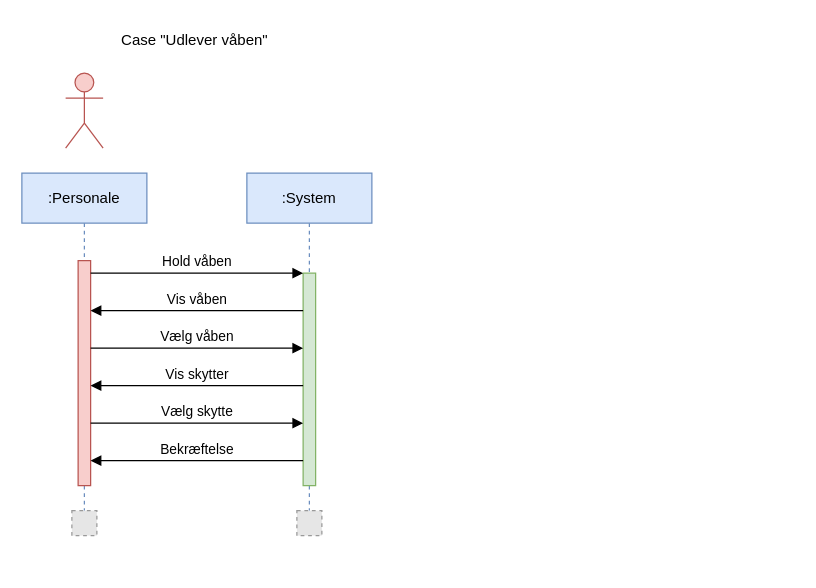
The draw.io diagram Sequence Diagram.drawio in BjornGrylls/Svendeprove-OOAD, before the edit. Source tidied: cells renumbered, new cells numbered last; positions are measured from the earlier drawing's top-left corner, leaving out a move shared by most shapes. Both pictures are drawn from the tidied source at 125%, with x=0, y=0 at pixel (21, 21). Pictures stored in the file or linked from it are replaced by grey dashed boxes.
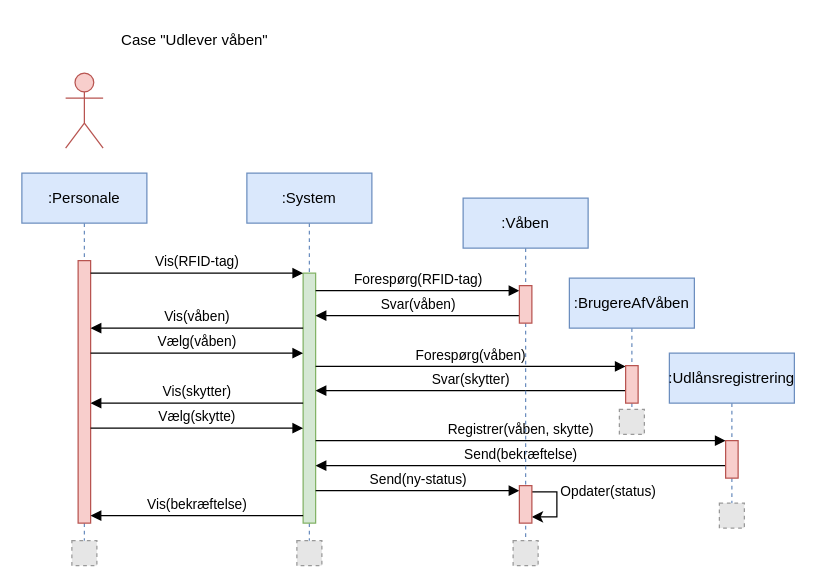
After the change.

What changed in the source:
```diff
@@
     <mxCell id="2" value=":Personale" style="shape=umlLifeline;perimeter=lifelinePerimeter;whiteSpace=wrap;html=1;newEdgeStyle={&quot;edgeStyle&quot;:&quot;elbowEdgeStyle&quot;,&quot;elbow&quot;:&quot;vertical&quot;,&quot;curved&quot;:0,&quot;rounded&quot;:0};fillColor=#dae8fc;strokeColor=#6c8ebf;" parent="1" vertex="1">
-      <mxGeometry y="121" width="100" height="270" as="geometry" />
+      <mxGeometry y="121" width="100" height="304" as="geometry" />
     </mxCell>
     <mxCell id="3" style="html=1;points=[];perimeter=orthogonalPerimeter;outlineConnect=0;targetShapes=umlLifeline;portConstraint=eastwest;newEdgeStyle={&quot;edgeStyle&quot;:&quot;elbowEdgeStyle&quot;,&quot;elbow&quot;:&quot;vertical&quot;,&quot;curved&quot;:0,&quot;rounded&quot;:0};fillColor=#f8cecc;strokeColor=#b85450;" parent="2" vertex="1">
-      <mxGeometry x="45" y="70" width="10" height="180" as="geometry" />
+      <mxGeometry x="45" y="70" width="10" height="210" as="geometry" />
     </mxCell>
     <mxCell id="4" value=":System" style="shape=umlLifeline;perimeter=lifelinePerimeter;whiteSpace=wrap;html=1;newEdgeStyle={&quot;edgeStyle&quot;:&quot;elbowEdgeStyle&quot;,&quot;elbow&quot;:&quot;vertical&quot;,&quot;curved&quot;:0,&quot;rounded&quot;:0};fillColor=#dae8fc;strokeColor=#6c8ebf;" parent="1" vertex="1">
-      <mxGeometry x="180" y="121" width="100" height="270" as="geometry" />
+      <mxGeometry x="180" y="121" width="100" height="304" as="geometry" />
     </mxCell>
     <mxCell id="5" style="html=1;points=[];perimeter=orthogonalPerimeter;outlineConnect=0;targetShapes=umlLifeline;portConstraint=eastwest;newEdgeStyle={&quot;edgeStyle&quot;:&quot;elbowEdgeStyle&quot;,&quot;elbow&quot;:&quot;vertical&quot;,&quot;curved&quot;:0,&quot;rounded&quot;:0};fillColor=#d5e8d4;strokeColor=#82b366;" parent="4" vertex="1">
-      <mxGeometry x="45" y="80" width="10" height="170" as="geometry" />
+      <mxGeometry x="45" y="80" width="10" height="200" as="geometry" />
     </mxCell>
-    <mxCell id="6" value="Hold våben" style="html=1;verticalAlign=bottom;endArrow=block;edgeStyle=elbowEdgeStyle;elbow=vertical;curved=0;rounded=0;" parent="1" edge="1" source="3" target="5">
+    <mxCell id="6" value="Vis(RFID-tag)" style="html=1;verticalAlign=bottom;endArrow=block;edgeStyle=elbowEdgeStyle;elbow=vertical;curved=0;rounded=0;" parent="1" edge="1" source="3" target="5">
       <mxGeometry relative="1" as="geometry">
         <Array as="points">
           <mxPoint x="140" y="201" />
         </Array>
       </mxGeometry>
     </mxCell>
-    <mxCell id="7" value="Vis våben" style="html=1;verticalAlign=bottom;endArrow=block;edgeStyle=elbowEdgeStyle;elbow=vertical;curved=0;rounded=0;" parent="1" edge="1" source="5" target="3">
+    <mxCell id="7" value="Vis(våben)" style="html=1;verticalAlign=bottom;endArrow=block;edgeStyle=elbowEdgeStyle;elbow=vertical;curved=0;rounded=0;" parent="1" edge="1" source="5" target="3">
       <mxGeometry relative="1" as="geometry">
         <Array as="points">
+          <mxPoint x="188" y="245" />
           <mxPoint x="80" y="231" />
           <mxPoint x="150" y="241" />
         </Array>
       </mxGeometry>
     </mxCell>
@@
     <mxCell id="9" style="fillColor=#E6E6E6;strokeColor=#999999;dashed=1;html=1;verticalAlign=top;verticalLabelPosition=bottom;labelBackgroundColor=#ffffff;" parent="1" vertex="1">
-      <mxGeometry x="40" y="391" width="20" height="20" as="geometry" />
+      <mxGeometry x="40" y="415" width="20" height="20" as="geometry" />
     </mxCell>
     <mxCell id="10" style="fillColor=#E6E6E6;strokeColor=#999999;dashed=1;html=1;verticalAlign=top;verticalLabelPosition=bottom;labelBackgroundColor=#ffffff;" parent="1" vertex="1">
-      <mxGeometry x="220" y="391" width="20" height="20" as="geometry" />
+      <mxGeometry x="220" y="415" width="20" height="20" as="geometry" />
     </mxCell>
-    <mxCell id="11" value="Vælg våben" style="html=1;verticalAlign=bottom;endArrow=block;edgeStyle=elbowEdgeStyle;elbow=vertical;curved=0;rounded=0;" parent="1" edge="1" source="3" target="5">
+    <mxCell id="11" value="Vælg(våben)" style="html=1;verticalAlign=bottom;endArrow=block;edgeStyle=elbowEdgeStyle;elbow=vertical;curved=0;rounded=0;" parent="1" edge="1" source="3" target="5">
       <mxGeometry relative="1" as="geometry">
         <Array as="points">
+          <mxPoint x="188" y="265" />
           <mxPoint x="145" y="261" />
         </Array>
       </mxGeometry>
     </mxCell>
-    <mxCell id="12" value="Vis skytter" style="html=1;verticalAlign=bottom;endArrow=block;edgeStyle=elbowEdgeStyle;elbow=vertical;curved=0;rounded=0;" parent="1" edge="1" source="5" target="3">
+    <mxCell id="12" value="Vis(skytter)" style="html=1;verticalAlign=bottom;endArrow=block;edgeStyle=elbowEdgeStyle;elbow=vertical;curved=0;rounded=0;" parent="1" edge="1" source="5" target="3">
       <mxGeometry relative="1" as="geometry">
         <Array as="points">
+          <mxPoint x="178" y="305" />
           <mxPoint x="75" y="291" />
           <mxPoint x="145" y="301" />
         </Array>
       </mxGeometry>
     </mxCell>
-    <mxCell id="13" value="Vælg skytte" style="html=1;verticalAlign=bottom;endArrow=block;edgeStyle=elbowEdgeStyle;elbow=vertical;curved=0;rounded=0;" parent="1" edge="1" source="3" target="5">
+    <mxCell id="13" value="Vælg(skytte)" style="html=1;verticalAlign=bottom;endArrow=block;edgeStyle=elbowEdgeStyle;elbow=vertical;curved=0;rounded=0;" parent="1" edge="1" source="3" target="5">
       <mxGeometry relative="1" as="geometry">
         <Array as="points">
+          <mxPoint x="188" y="325" />
+          <mxPoint x="168" y="335" />
+          <mxPoint x="148" y="325" />
+          <mxPoint x="188" y="325" />
           <mxPoint x="150" y="321" />
         </Array>
       </mxGeometry>
     </mxCell>
-    <mxCell id="14" value="Bekræftelse" style="html=1;verticalAlign=bottom;endArrow=block;edgeStyle=elbowEdgeStyle;elbow=vertical;curved=0;rounded=0;" parent="1" edge="1" source="5" target="3">
+    <mxCell id="14" value="Vis(bekræftelse)" style="html=1;verticalAlign=bottom;endArrow=block;edgeStyle=elbowEdgeStyle;elbow=vertical;curved=0;rounded=0;" parent="1" edge="1" source="5" target="3">
       <mxGeometry relative="1" as="geometry">
         <Array as="points">
+          <mxPoint x="158" y="395" />
+          <mxPoint x="188" y="365" />
           <mxPoint x="85" y="351" />
           <mxPoint x="155" y="361" />
         </Array>
       </mxGeometry>
     </mxCell>
@@
+    <mxCell id="16" value="Forespørg(RFID-tag)" style="html=1;verticalAlign=bottom;endArrow=block;edgeStyle=elbowEdgeStyle;elbow=vertical;curved=0;rounded=0;" parent="1" edge="1" source="5" target="25">
+      <mxGeometry relative="1" as="geometry">
+        <Array as="points">
+          <mxPoint x="325" y="215" />
+        </Array>
+      </mxGeometry>
+    </mxCell>
+    <mxCell id="17" value="Svar(våben)" style="html=1;verticalAlign=bottom;endArrow=none;edgeStyle=elbowEdgeStyle;elbow=vertical;curved=0;rounded=0;startArrow=block;startFill=1;endFill=0;" parent="1" edge="1" source="5" target="25">
+      <mxGeometry relative="1" as="geometry">
+        <Array as="points">
+          <mxPoint x="348" y="235" />
+        </Array>
+      </mxGeometry>
+    </mxCell>
+    <mxCell id="18" value="Forespørg(våben)" style="html=1;verticalAlign=bottom;endArrow=block;edgeStyle=elbowEdgeStyle;elbow=vertical;curved=0;rounded=0;" parent="1" edge="1" source="5" target="34">
+      <mxGeometry relative="1" as="geometry">
+        <Array as="points">
+          <mxPoint x="312" y="275.6" />
+        </Array>
+      </mxGeometry>
+    </mxCell>
+    <mxCell id="19" value="Svar(skytter)" style="html=1;verticalAlign=bottom;endArrow=none;edgeStyle=elbowEdgeStyle;elbow=vertical;curved=0;rounded=0;startArrow=block;startFill=1;endFill=0;" parent="1" edge="1" source="5" target="34">
+      <mxGeometry relative="1" as="geometry">
+        <Array as="points">
+          <mxPoint x="393" y="295" />
+        </Array>
+      </mxGeometry>
+    </mxCell>
+    <mxCell id="20" value="Registrer(våben, skytte)" style="html=1;verticalAlign=bottom;endArrow=block;edgeStyle=elbowEdgeStyle;elbow=vertical;curved=0;rounded=0;" parent="1" edge="1" source="5" target="31">
+      <mxGeometry relative="1" as="geometry">
+        <Array as="points">
+          <mxPoint x="358" y="335" />
+          <mxPoint x="441" y="346.6" />
+          <mxPoint x="421" y="356.6" />
+          <mxPoint x="401" y="346.6" />
+          <mxPoint x="441" y="346.6" />
+          <mxPoint x="403" y="342.6" />
+        </Array>
+      </mxGeometry>
+    </mxCell>
+    <mxCell id="21" value="Send(ny-status)" style="html=1;verticalAlign=bottom;endArrow=block;edgeStyle=elbowEdgeStyle;elbow=vertical;curved=0;rounded=0;" parent="1" edge="1" source="5" target="28">
+      <mxGeometry relative="1" as="geometry">
+        <Array as="points">
+          <mxPoint x="298" y="375" />
+          <mxPoint x="330" y="355" />
+        </Array>
+      </mxGeometry>
+    </mxCell>
+    <mxCell id="22" value="Send(bekræftelse)" style="html=1;verticalAlign=bottom;endArrow=none;edgeStyle=elbowEdgeStyle;elbow=vertical;curved=0;rounded=0;startArrow=block;startFill=1;endFill=0;" parent="1" edge="1" source="5" target="31">
+      <mxGeometry relative="1" as="geometry">
+        <Array as="points">
+          <mxPoint x="466" y="355" />
+        </Array>
+      </mxGeometry>
+    </mxCell>
+    <mxCell id="23" style="group;" parent="1" vertex="1">
+      <mxGeometry x="353" y="141" width="100" height="294" as="geometry" />
+    </mxCell>
+    <mxCell id="24" value=":Våben" style="shape=umlLifeline;perimeter=lifelinePerimeter;whiteSpace=wrap;html=1;newEdgeStyle={&quot;edgeStyle&quot;:&quot;elbowEdgeStyle&quot;,&quot;elbow&quot;:&quot;vertical&quot;,&quot;curved&quot;:0,&quot;rounded&quot;:0};fillColor=#dae8fc;strokeColor=#6c8ebf;" parent="23" vertex="1">
+      <mxGeometry width="100" height="284" as="geometry" />
+    </mxCell>
+    <mxCell id="25" style="html=1;points=[];perimeter=orthogonalPerimeter;outlineConnect=0;targetShapes=umlLifeline;portConstraint=eastwest;newEdgeStyle={&quot;edgeStyle&quot;:&quot;elbowEdgeStyle&quot;,&quot;elbow&quot;:&quot;vertical&quot;,&quot;curved&quot;:0,&quot;rounded&quot;:0};fillColor=#f8cecc;strokeColor=#b85450;" parent="24" vertex="1">
+      <mxGeometry x="45" y="70" width="10" height="30" as="geometry" />
+    </mxCell>
+    <mxCell id="26" style="edgeStyle=elbowEdgeStyle;rounded=0;orthogonalLoop=1;jettySize=auto;html=1;elbow=vertical;curved=0;" parent="24" edge="1" source="28" target="28">
+      <mxGeometry relative="1" as="geometry">
+        <Array as="points">
+          <mxPoint x="75" y="244" />
+        </Array>
+      </mxGeometry>
+    </mxCell>
+    <mxCell id="27" value="Opdater(status)" style="edgeLabel;html=1;align=center;verticalAlign=middle;" parent="26" vertex="1">
+      <mxGeometry x="0.04" y="1" relative="1" as="geometry">
+        <mxPoint x="39" y="-12" as="offset" />
+      </mxGeometry>
+    </mxCell>
+    <mxCell id="28" style="html=1;points=[];perimeter=orthogonalPerimeter;outlineConnect=0;targetShapes=umlLifeline;portConstraint=eastwest;newEdgeStyle={&quot;edgeStyle&quot;:&quot;elbowEdgeStyle&quot;,&quot;elbow&quot;:&quot;vertical&quot;,&quot;curved&quot;:0,&quot;rounded&quot;:0};fillColor=#f8cecc;strokeColor=#b85450;" parent="24" vertex="1">
+      <mxGeometry x="45" y="230" width="10" height="30" as="geometry" />
+    </mxCell>
+    <mxCell id="29" style="fillColor=#E6E6E6;strokeColor=#999999;dashed=1;html=1;verticalAlign=top;verticalLabelPosition=bottom;labelBackgroundColor=#ffffff;" parent="23" vertex="1">
+      <mxGeometry x="40" y="274" width="20" height="20" as="geometry" />
+    </mxCell>
+    <mxCell id="30" value=":Udlånsregistrering" style="shape=umlLifeline;perimeter=lifelinePerimeter;whiteSpace=wrap;html=1;newEdgeStyle={&quot;edgeStyle&quot;:&quot;elbowEdgeStyle&quot;,&quot;elbow&quot;:&quot;vertical&quot;,&quot;curved&quot;:0,&quot;rounded&quot;:0};fillColor=#dae8fc;strokeColor=#6c8ebf;" parent="1" vertex="1">
+      <mxGeometry x="518" y="265" width="100" height="130" as="geometry" />
+    </mxCell>
+    <mxCell id="31" style="html=1;points=[];perimeter=orthogonalPerimeter;outlineConnect=0;targetShapes=umlLifeline;portConstraint=eastwest;newEdgeStyle={&quot;edgeStyle&quot;:&quot;elbowEdgeStyle&quot;,&quot;elbow&quot;:&quot;vertical&quot;,&quot;curved&quot;:0,&quot;rounded&quot;:0};fillColor=#f8cecc;strokeColor=#b85450;" parent="30" vertex="1">
+      <mxGeometry x="45" y="70" width="10" height="30" as="geometry" />
+    </mxCell>
+    <mxCell id="32" style="fillColor=#E6E6E6;strokeColor=#999999;dashed=1;html=1;verticalAlign=top;verticalLabelPosition=bottom;labelBackgroundColor=#ffffff;" parent="1" vertex="1">
+      <mxGeometry x="558" y="385" width="20" height="20" as="geometry" />
+    </mxCell>
+    <mxCell id="33" value=":BrugereAfVåben" style="shape=umlLifeline;perimeter=lifelinePerimeter;whiteSpace=wrap;html=1;newEdgeStyle={&quot;edgeStyle&quot;:&quot;elbowEdgeStyle&quot;,&quot;elbow&quot;:&quot;vertical&quot;,&quot;curved&quot;:0,&quot;rounded&quot;:0};fillColor=#dae8fc;strokeColor=#6c8ebf;" parent="1" vertex="1">
+      <mxGeometry x="438" y="205" width="100" height="110" as="geometry" />
+    </mxCell>
+    <mxCell id="34" style="html=1;points=[];perimeter=orthogonalPerimeter;outlineConnect=0;targetShapes=umlLifeline;portConstraint=eastwest;newEdgeStyle={&quot;edgeStyle&quot;:&quot;elbowEdgeStyle&quot;,&quot;elbow&quot;:&quot;vertical&quot;,&quot;curved&quot;:0,&quot;rounded&quot;:0};fillColor=#f8cecc;strokeColor=#b85450;" parent="33" vertex="1">
+      <mxGeometry x="45" y="70" width="10" height="30" as="geometry" />
+    </mxCell>
+    <mxCell id="35" style="fillColor=#E6E6E6;strokeColor=#999999;dashed=1;html=1;verticalAlign=top;verticalLabelPosition=bottom;labelBackgroundColor=#ffffff;" parent="1" vertex="1">
+      <mxGeometry x="478" y="310" width="20" height="20" as="geometry" />
+    </mxCell>
```
